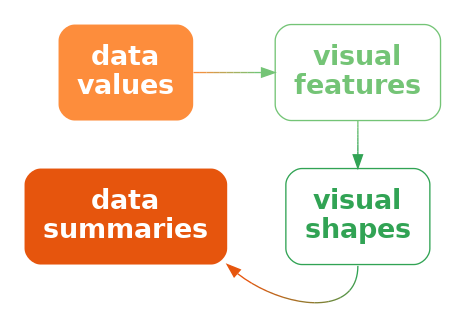
The Graphviz diagram Diagrams/data-vis-shape-decode.png in pmur002/hdvw, before a commit. Its source is kept beside it as Diagrams/data-vis-shape-decode.dot.
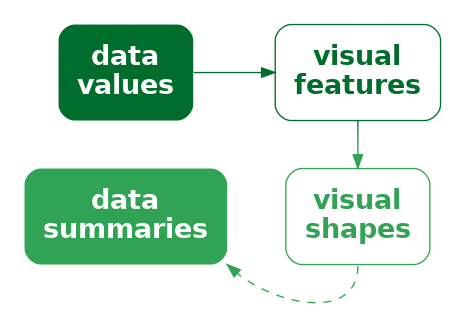
Later version of the same file.

Diff of the diagram source:
```diff
@@ -1,15 +1,15 @@
 digraph {
   graph [ rankdir=LR; margin=.2; nodesep=.5 ];
   node [ fontsize=20; fontname="sans bold"; margin=.2 ];
-  data [ label="data\nvalues"; shape=box; style="filled, rounded"; penwidth=0; fontcolor=white; fillcolor="#FD8D3C" ]
-  stat [ label="data\nsummaries"; shape=box; style="filled, rounded"; penwidth=0; fontcolor=white; fillcolor="#E6550D" ]
+  data [ label="data\nvalues"; shape=box; style="filled, rounded"; penwidth=0; fontcolor=white; fillcolor="#006D2C" ]
+  stat [ label="data\nsummaries"; shape=box; style="filled, rounded"; penwidth=0; fontcolor=white; fillcolor="#31A354" ]
   vis [ label="visual\nfeatures"; shape=box;
-     style="rounded"; color="#74C476"; fontcolor="#74C476" ]
+     style="rounded"; color="#006D2C"; fontcolor="#006D2C" ]
   shape [ label="visual\nshapes"; shape=box;
        style="rounded"; color="#31A354"; fontcolor="#31A354" ]
-  data -> vis [ style="bold"; penwidth=1; color="#FD8D3C;0.1:#EE9342;0.1:#DF9949;0.1:#CF9F4F;0.1:#C0A556;0.1:#B1AC5C;0.1:#A2B263;0.1:#92B869;0.1:#83BE70;0.1:#74C476;0.1" ]
-  vis -> shape [ style="solid", color="#74C476;0.1:#6DC072;0.1:#65BD6E;0.1:#5EB96B;0.1:#56B567;0.1:#4FB263;0.1:#47AE5F;0.1:#40AA5C;0.1:#38A758;0.1:#31A354;0.1" ]
-  shape:s -> stat:se [ style="solid", color="#31A354;0.1:#459A4C;0.1:#599244;0.1:#6D893C;0.1:#818034;0.1:#96782D;0.1:#AA6F25;0.1:#BE661D;0.1:#D25E15;0.1:#E6550D;0.1" ]
+  data -> vis [ style="bold"; penwidth=1; color="#006D2C" ]
+  vis -> shape [ style="solid", color="#006D2C;0.1:#057330;0.1:#0B7935;0.1:#107F39;0.1:#16853E;0.1:#1B8B42;0.1:#219147;0.1:#26974B;0.1:#2C9D50;0.1:#31A354;0.1" ]
+  shape:s -> stat:se [ style="dashed", color="#31A354" ]
 { rank=same; data, stat }
 { rank=same; vis, shape }
 }
```
